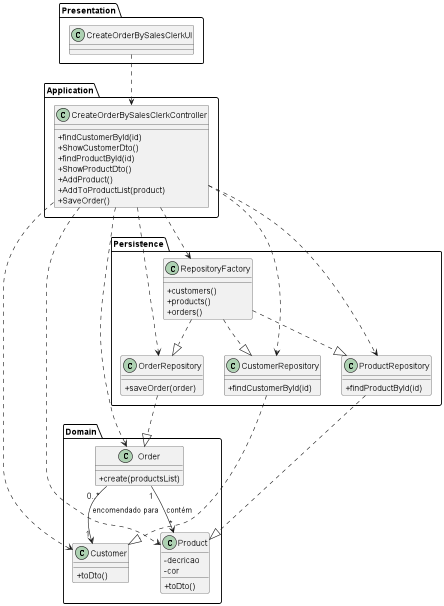
1190772/LAB-Project-4 keeps this PlantUML diagram as Documentação/1190679/US1004/1004_CD.png. Above is the earlier version.
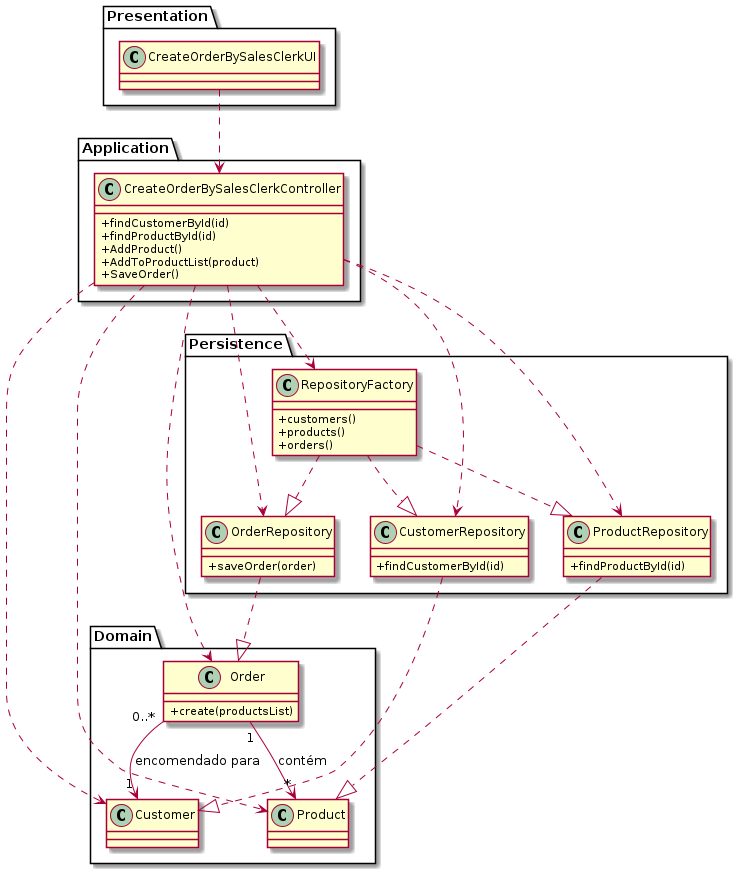
The same file after the commit.

Diff of the diagram source:
```diff
@@ -10,9 +10,7 @@
 Package Application{
 class CreateOrderBySalesClerkController {
   +findCustomerById(id)
-  +ShowCustomerDto()
   +findProductById(id)
-  +ShowProductDto()
   +AddProduct()
   +AddToProductList(product)
   +SaveOrder()
@@ -22,13 +20,9 @@
 
 Package Domain{
 class Customer {
-  +toDto()
 }
 
 class Product {
-  -decricao
-  -cor
-  +toDto()
 }
 
 class Order {
@@ -74,6 +68,4 @@
 OrderRepository ..|> Order
 Order "0..*" --> "1" Customer : encomendado para
 Order "1" --> "*" Product : contém
-
-
 @enduml
```
